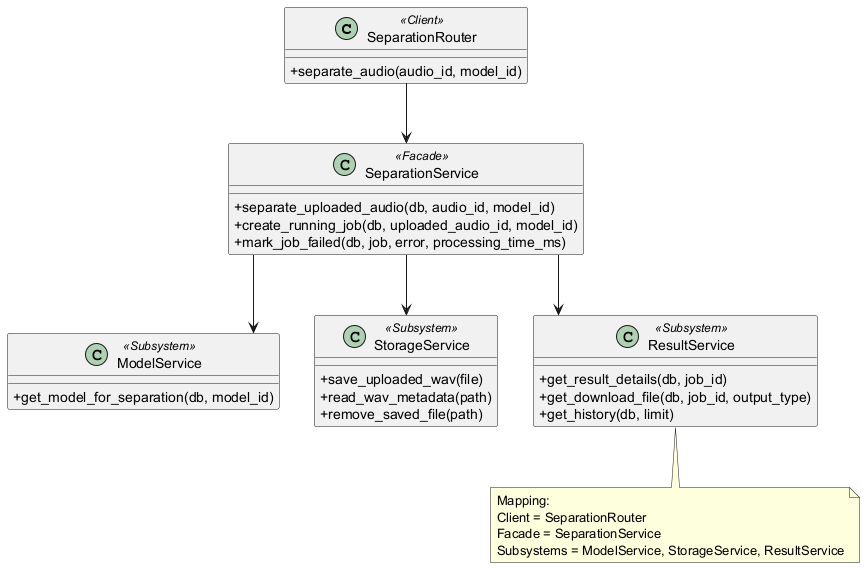
This is docs/software_design_report/diagrams/img/facade_project.png from ASHRAF-2004/Machine-Learning-Based-System-for-Cardiopulmonary-Sound-Separation, a PlantUML export, as it was before one commit.
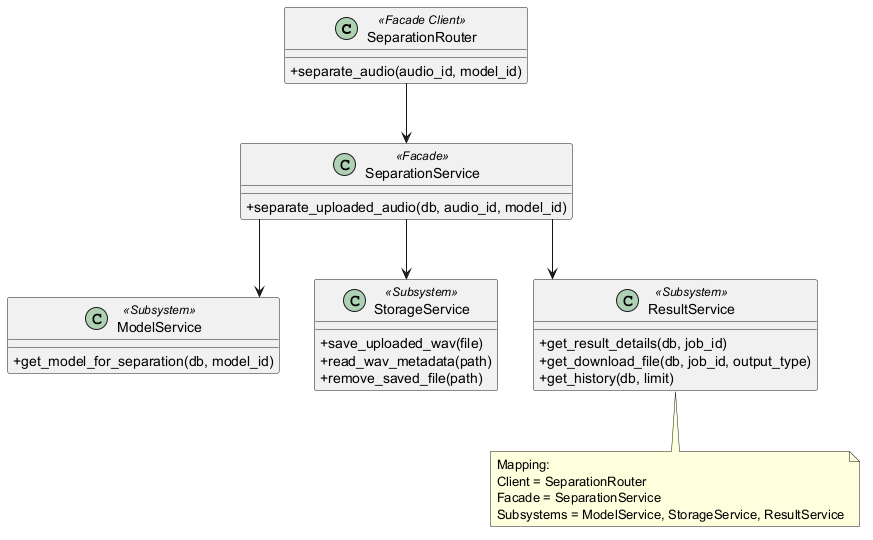
The same file after the commit.

Change to the diagram source:
```diff
@@ -4,14 +4,12 @@
 skinparam shadowing false
 skinparam linetype ortho
 
-class SeparationRouter <<Client>> {
+class SeparationRouter <<Facade Client>> {
   +separate_audio(audio_id, model_id)
 }
 
 class SeparationService <<Facade>> {
   +separate_uploaded_audio(db, audio_id, model_id)
-  +create_running_job(db, uploaded_audio_id, model_id)
-  +mark_job_failed(db, job, error, processing_time_ms)
 }
 
 class ModelService <<Subsystem>> {
```
